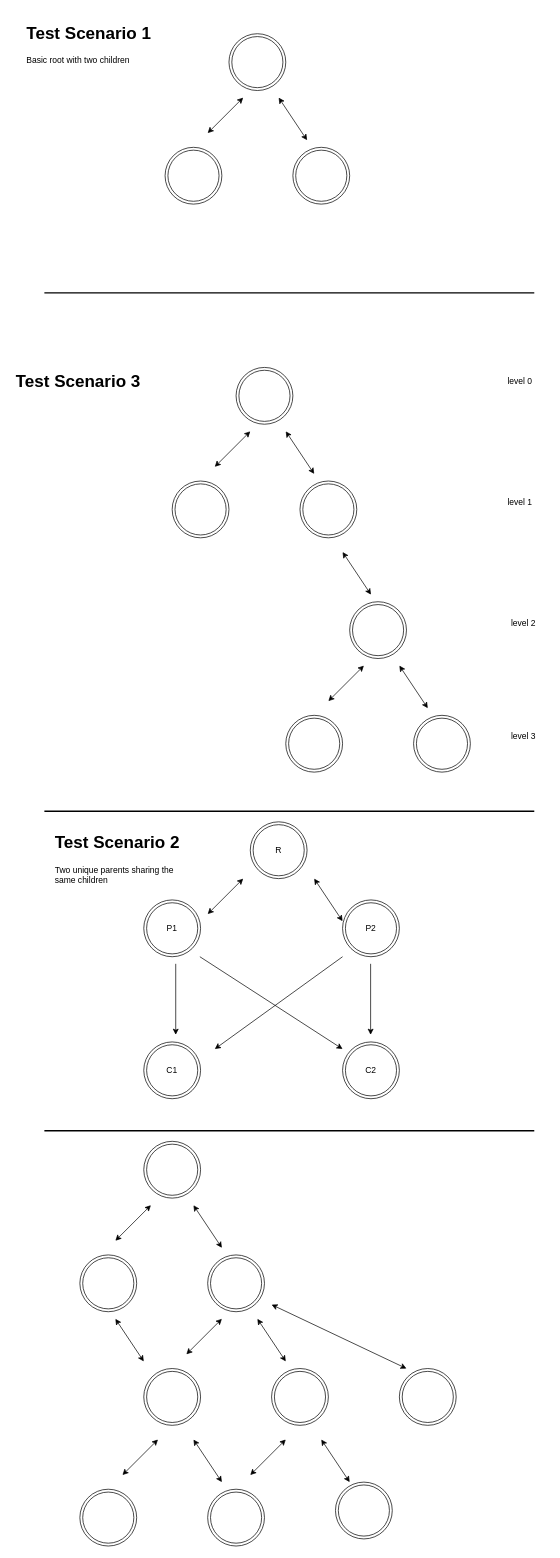
Earlier version of the draw.io diagram GraphTypes.drawio (steve-torchia/sandbox). Source tidied: cells renumbered, new cells numbered last; positions are measured from the earlier drawing's top-left corner, leaving out a move shared by most shapes. Both pictures are drawn from the tidied source at 71%, with x=0, y=0 at pixel (12, 19).
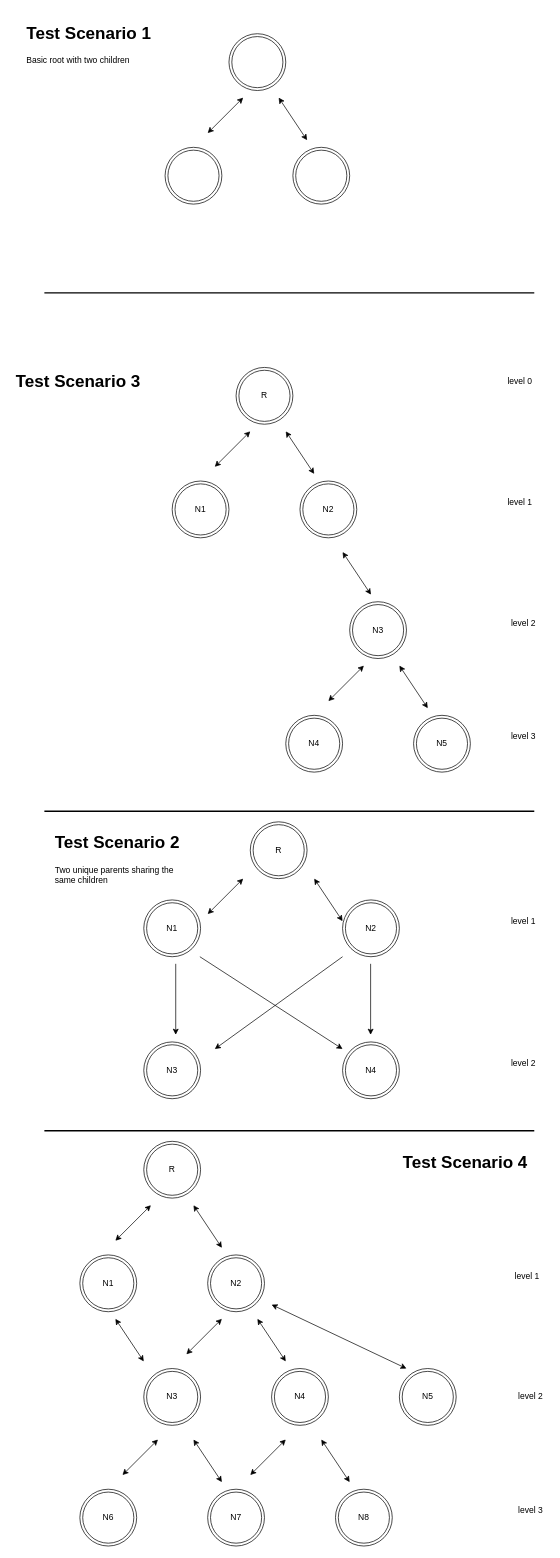
After the change.

Diff of the diagram source:
```diff
@@
     <mxCell id="34" style="ellipse;shape=doubleEllipse;whiteSpace=wrap;html=1;" parent="1" vertex="1">
-      <mxGeometry x="455" y="2060" width="80" height="80" as="geometry" />
+      <mxGeometry x="455" y="2070" width="80" height="80" as="geometry" />
     </mxCell>
@@
-    <mxCell id="58" value="C1" style="text;html=1;strokeColor=none;fillColor=none;align=center;verticalAlign=middle;whiteSpace=wrap;rounded=0;" parent="1" vertex="1">
+    <mxCell id="58" value="N3" style="text;html=1;strokeColor=none;fillColor=none;align=center;verticalAlign=middle;whiteSpace=wrap;rounded=0;" parent="1" vertex="1">
       <mxGeometry x="205" y="1470" width="40" height="20" as="geometry" />
     </mxCell>
-    <mxCell id="59" value="C2" style="text;html=1;strokeColor=none;fillColor=none;align=center;verticalAlign=middle;whiteSpace=wrap;rounded=0;" parent="1" vertex="1">
+    <mxCell id="59" value="N4" style="text;html=1;strokeColor=none;fillColor=none;align=center;verticalAlign=middle;whiteSpace=wrap;rounded=0;" parent="1" vertex="1">
       <mxGeometry x="485" y="1470" width="40" height="20" as="geometry" />
     </mxCell>
@@
-    <mxCell id="61" value="P1" style="text;html=1;strokeColor=none;fillColor=none;align=center;verticalAlign=middle;whiteSpace=wrap;rounded=0;" parent="1" vertex="1">
+    <mxCell id="61" value="N1" style="text;html=1;strokeColor=none;fillColor=none;align=center;verticalAlign=middle;whiteSpace=wrap;rounded=0;" parent="1" vertex="1">
       <mxGeometry x="205" y="1270" width="40" height="20" as="geometry" />
     </mxCell>
-    <mxCell id="62" value="P2" style="text;html=1;strokeColor=none;fillColor=none;align=center;verticalAlign=middle;whiteSpace=wrap;rounded=0;" parent="1" vertex="1">
+    <mxCell id="62" value="N2" style="text;html=1;strokeColor=none;fillColor=none;align=center;verticalAlign=middle;whiteSpace=wrap;rounded=0;" parent="1" vertex="1">
       <mxGeometry x="485" y="1270" width="40" height="20" as="geometry" />
     </mxCell>
+    <mxCell id="63" value="level 1" style="text;html=1;strokeColor=none;fillColor=none;align=center;verticalAlign=middle;whiteSpace=wrap;rounded=0;" parent="1" vertex="1">
+      <mxGeometry x="695" y="1260" width="50" height="20" as="geometry" />
+    </mxCell>
+    <mxCell id="64" value="level 2" style="text;html=1;strokeColor=none;fillColor=none;align=center;verticalAlign=middle;whiteSpace=wrap;rounded=0;" parent="1" vertex="1">
+      <mxGeometry x="695" y="1460" width="50" height="20" as="geometry" />
+    </mxCell>
+    <mxCell id="65" value="R" style="text;html=1;strokeColor=none;fillColor=none;align=center;verticalAlign=middle;whiteSpace=wrap;rounded=0;" parent="1" vertex="1">
+      <mxGeometry x="335" y="520" width="40" height="20" as="geometry" />
+    </mxCell>
+    <mxCell id="66" value="N1" style="text;html=1;strokeColor=none;fillColor=none;align=center;verticalAlign=middle;whiteSpace=wrap;rounded=0;" parent="1" vertex="1">
+      <mxGeometry x="245" y="680" width="40" height="20" as="geometry" />
+    </mxCell>
+    <mxCell id="67" value="N2" style="text;html=1;strokeColor=none;fillColor=none;align=center;verticalAlign=middle;whiteSpace=wrap;rounded=0;" parent="1" vertex="1">
+      <mxGeometry x="425" y="680" width="40" height="20" as="geometry" />
+    </mxCell>
+    <mxCell id="68" value="N3" style="text;html=1;strokeColor=none;fillColor=none;align=center;verticalAlign=middle;whiteSpace=wrap;rounded=0;" parent="1" vertex="1">
+      <mxGeometry x="495" y="850" width="40" height="20" as="geometry" />
+    </mxCell>
+    <mxCell id="69" value="N4" style="text;html=1;strokeColor=none;fillColor=none;align=center;verticalAlign=middle;whiteSpace=wrap;rounded=0;" parent="1" vertex="1">
+      <mxGeometry x="405" y="1010" width="40" height="20" as="geometry" />
+    </mxCell>
+    <mxCell id="70" value="N5" style="text;html=1;strokeColor=none;fillColor=none;align=center;verticalAlign=middle;whiteSpace=wrap;rounded=0;" parent="1" vertex="1">
+      <mxGeometry x="585" y="1010" width="40" height="20" as="geometry" />
+    </mxCell>
+    <mxCell id="71" value="R" style="text;html=1;strokeColor=none;fillColor=none;align=center;verticalAlign=middle;whiteSpace=wrap;rounded=0;" parent="1" vertex="1">
+      <mxGeometry x="205" y="1610" width="40" height="20" as="geometry" />
+    </mxCell>
+    <mxCell id="72" value="N1" style="text;html=1;strokeColor=none;fillColor=none;align=center;verticalAlign=middle;whiteSpace=wrap;rounded=0;" parent="1" vertex="1">
+      <mxGeometry x="115" y="1770" width="40" height="20" as="geometry" />
+    </mxCell>
+    <mxCell id="73" value="N2" style="text;html=1;strokeColor=none;fillColor=none;align=center;verticalAlign=middle;whiteSpace=wrap;rounded=0;" parent="1" vertex="1">
+      <mxGeometry x="295" y="1770" width="40" height="20" as="geometry" />
+    </mxCell>
+    <mxCell id="74" value="N3" style="text;html=1;strokeColor=none;fillColor=none;align=center;verticalAlign=middle;whiteSpace=wrap;rounded=0;" parent="1" vertex="1">
+      <mxGeometry x="205" y="1930" width="40" height="20" as="geometry" />
+    </mxCell>
+    <mxCell id="75" value="N4" style="text;html=1;strokeColor=none;fillColor=none;align=center;verticalAlign=middle;whiteSpace=wrap;rounded=0;" parent="1" vertex="1">
+      <mxGeometry x="385" y="1930" width="40" height="20" as="geometry" />
+    </mxCell>
+    <mxCell id="76" value="N5" style="text;html=1;strokeColor=none;fillColor=none;align=center;verticalAlign=middle;whiteSpace=wrap;rounded=0;" parent="1" vertex="1">
+      <mxGeometry x="565" y="1930" width="40" height="20" as="geometry" />
+    </mxCell>
+    <mxCell id="77" value="N6" style="text;html=1;strokeColor=none;fillColor=none;align=center;verticalAlign=middle;whiteSpace=wrap;rounded=0;" parent="1" vertex="1">
+      <mxGeometry x="115" y="2100" width="40" height="20" as="geometry" />
+    </mxCell>
+    <mxCell id="78" value="N7" style="text;html=1;strokeColor=none;fillColor=none;align=center;verticalAlign=middle;whiteSpace=wrap;rounded=0;" parent="1" vertex="1">
+      <mxGeometry x="295" y="2100" width="40" height="20" as="geometry" />
+    </mxCell>
+    <mxCell id="79" value="N8" style="text;html=1;strokeColor=none;fillColor=none;align=center;verticalAlign=middle;whiteSpace=wrap;rounded=0;" parent="1" vertex="1">
+      <mxGeometry x="475" y="2100" width="40" height="20" as="geometry" />
+    </mxCell>
+    <mxCell id="80" value="level 1" style="text;html=1;strokeColor=none;fillColor=none;align=center;verticalAlign=middle;whiteSpace=wrap;rounded=0;" parent="1" vertex="1">
+      <mxGeometry x="705" y="1760" width="40" height="20" as="geometry" />
+    </mxCell>
+    <mxCell id="81" value="level 2" style="text;html=1;strokeColor=none;fillColor=none;align=center;verticalAlign=middle;whiteSpace=wrap;rounded=0;" parent="1" vertex="1">
+      <mxGeometry x="705" y="1930" width="50" height="20" as="geometry" />
+    </mxCell>
+    <mxCell id="82" value="level 3" style="text;html=1;strokeColor=none;fillColor=none;align=center;verticalAlign=middle;whiteSpace=wrap;rounded=0;" parent="1" vertex="1">
+      <mxGeometry x="705" y="2090" width="50" height="20" as="geometry" />
+    </mxCell>
+    <mxCell id="83" value="&lt;h1&gt;Test Scenario 4&lt;/h1&gt;&lt;p&gt;&lt;br&gt;&lt;/p&gt;" style="text;html=1;strokeColor=none;fillColor=none;spacing=5;spacingTop=-20;whiteSpace=wrap;overflow=hidden;rounded=0;" parent="1" vertex="1">
+      <mxGeometry x="545" y="1590" width="190" height="120" as="geometry" />
+    </mxCell>
```
